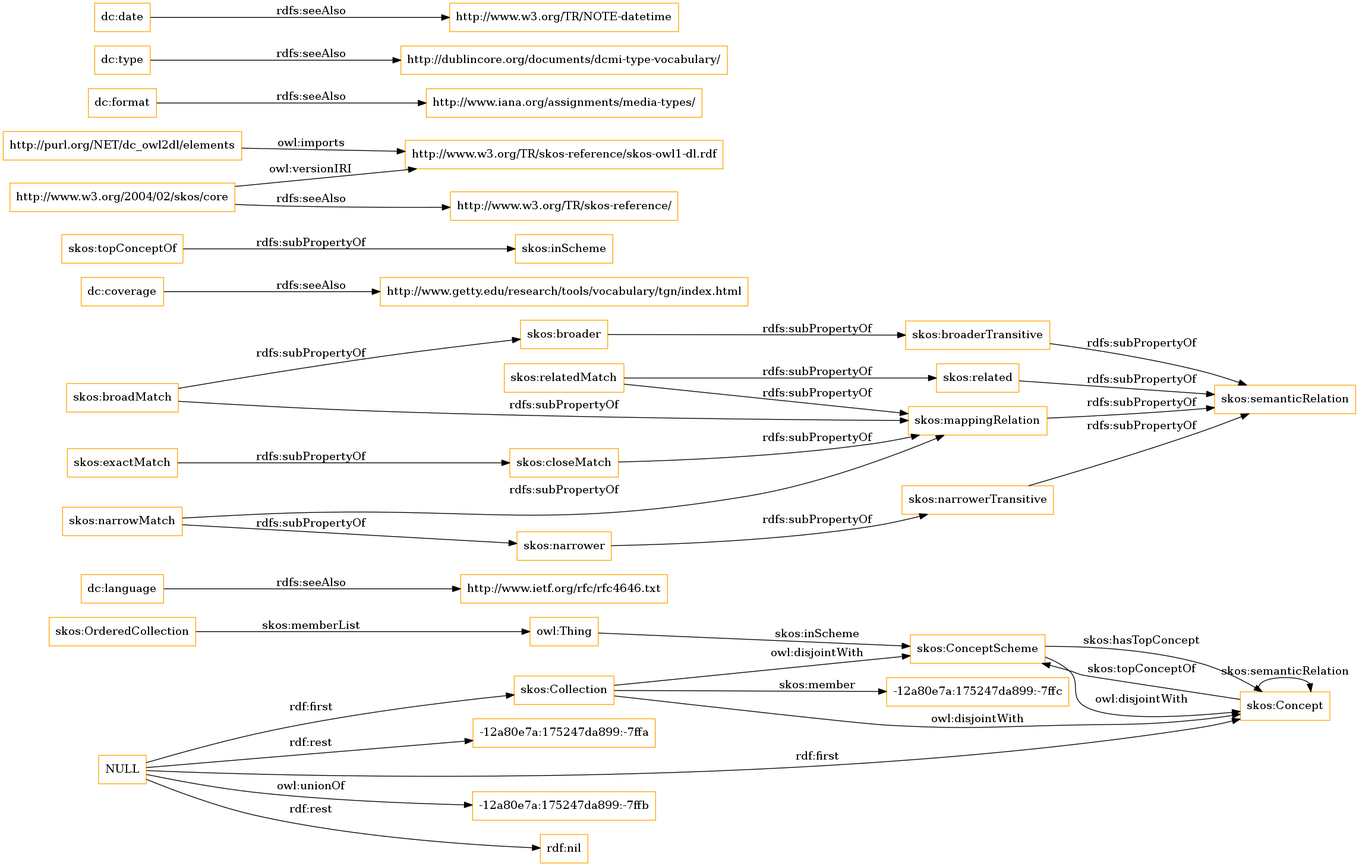
Earlier version of the Graphviz export OnToology/imports/elements.owl/diagrams/ar2dtool-class/elements.owl.png (OnToologyUser/core-ontology-1). Its source is kept beside it as OnToology/imports/elements.owl/diagrams/ar2dtool-class/elements.owl.png.dot. The source it was exported from:
```dot
digraph ar2dtool_diagram {
rankdir=LR;
size="1501"
node [shape = rectangle, color="orange"]; "-12a80e7a:175247da899:-7ffc" "skos:OrderedCollection" "skos:Collection" "skos:ConceptScheme" "skos:Concept" ; /*classes style*/
	"dc:language" -> "http://www.ietf.org/rfc/rfc4646.txt" [ label = "rdfs:seeAlso" ];
	"NULL" -> "-12a80e7a:175247da899:-7ffb" [ label = "owl:unionOf" ];
	"NULL" -> "rdf:nil" [ label = "rdf:rest" ];
	"NULL" -> "skos:Collection" [ label = "rdf:first" ];
	"NULL" -> "-12a80e7a:175247da899:-7ffa" [ label = "rdf:rest" ];
	"NULL" -> "skos:Concept" [ label = "rdf:first" ];
	"skos:closeMatch" -> "skos:mappingRelation" [ label = "rdfs:subPropertyOf" ];
	"dc:coverage" -> "http://www.getty.edu/research/tools/vocabulary/tgn/index.html" [ label = "rdfs:seeAlso" ];
	"skos:relatedMatch" -> "skos:related" [ label = "rdfs:subPropertyOf" ];
	"skos:relatedMatch" -> "skos:mappingRelation" [ label = "rdfs:subPropertyOf" ];
	"skos:ConceptScheme" -> "skos:Concept" [ label = "owl:disjointWith" ];
	"skos:related" -> "skos:semanticRelation" [ label = "rdfs:subPropertyOf" ];
	"skos:topConceptOf" -> "skos:inScheme" [ label = "rdfs:subPropertyOf" ];
	"skos:broadMatch" -> "skos:broader" [ label = "rdfs:subPropertyOf" ];
	"skos:broadMatch" -> "skos:mappingRelation" [ label = "rdfs:subPropertyOf" ];
	"http://purl.org/NET/dc_owl2dl/elements" -> "http://www.w3.org/TR/skos-reference/skos-owl1-dl.rdf" [ label = "owl:imports" ];
	"skos:exactMatch" -> "skos:closeMatch" [ label = "rdfs:subPropertyOf" ];
	"dc:format" -> "http://www.iana.org/assignments/media-types/" [ label = "rdfs:seeAlso" ];
	"skos:broaderTransitive" -> "skos:semanticRelation" [ label = "rdfs:subPropertyOf" ];
	"dc:type" -> "http://dublincore.org/documents/dcmi-type-vocabulary/" [ label = "rdfs:seeAlso" ];
	"skos:broader" -> "skos:broaderTransitive" [ label = "rdfs:subPropertyOf" ];
	"skos:mappingRelation" -> "skos:semanticRelation" [ label = "rdfs:subPropertyOf" ];
	"http://www.w3.org/2004/02/skos/core" -> "http://www.w3.org/TR/skos-reference/skos-owl1-dl.rdf" [ label = "owl:versionIRI" ];
	"http://www.w3.org/2004/02/skos/core" -> "http://www.w3.org/TR/skos-reference/" [ label = "rdfs:seeAlso" ];
	"skos:Collection" -> "skos:ConceptScheme" [ label = "owl:disjointWith" ];
	"skos:Collection" -> "skos:Concept" [ label = "owl:disjointWith" ];
	"skos:narrowMatch" -> "skos:narrower" [ label = "rdfs:subPropertyOf" ];
	"skos:narrowMatch" -> "skos:mappingRelation" [ label = "rdfs:subPropertyOf" ];
	"skos:narrower" -> "skos:narrowerTransitive" [ label = "rdfs:subPropertyOf" ];
	"dc:date" -> "http://www.w3.org/TR/NOTE-datetime" [ label = "rdfs:seeAlso" ];
	"skos:narrowerTransitive" -> "skos:semanticRelation" [ label = "rdfs:subPropertyOf" ];
	"skos:OrderedCollection" -> "owl:Thing" [ label = "skos:memberList" ];
	"skos:Concept" -> "skos:ConceptScheme" [ label = "skos:topConceptOf" ];
	"skos:Concept" -> "skos:Concept" [ label = "skos:semanticRelation" ];
	"skos:Collection" -> "-12a80e7a:175247da899:-7ffc" [ label = "skos:member" ];
	"skos:ConceptScheme" -> "skos:Concept" [ label = "skos:hasTopConcept" ];
	"owl:Thing" -> "skos:ConceptScheme" [ label = "skos:inScheme" ];

}
```
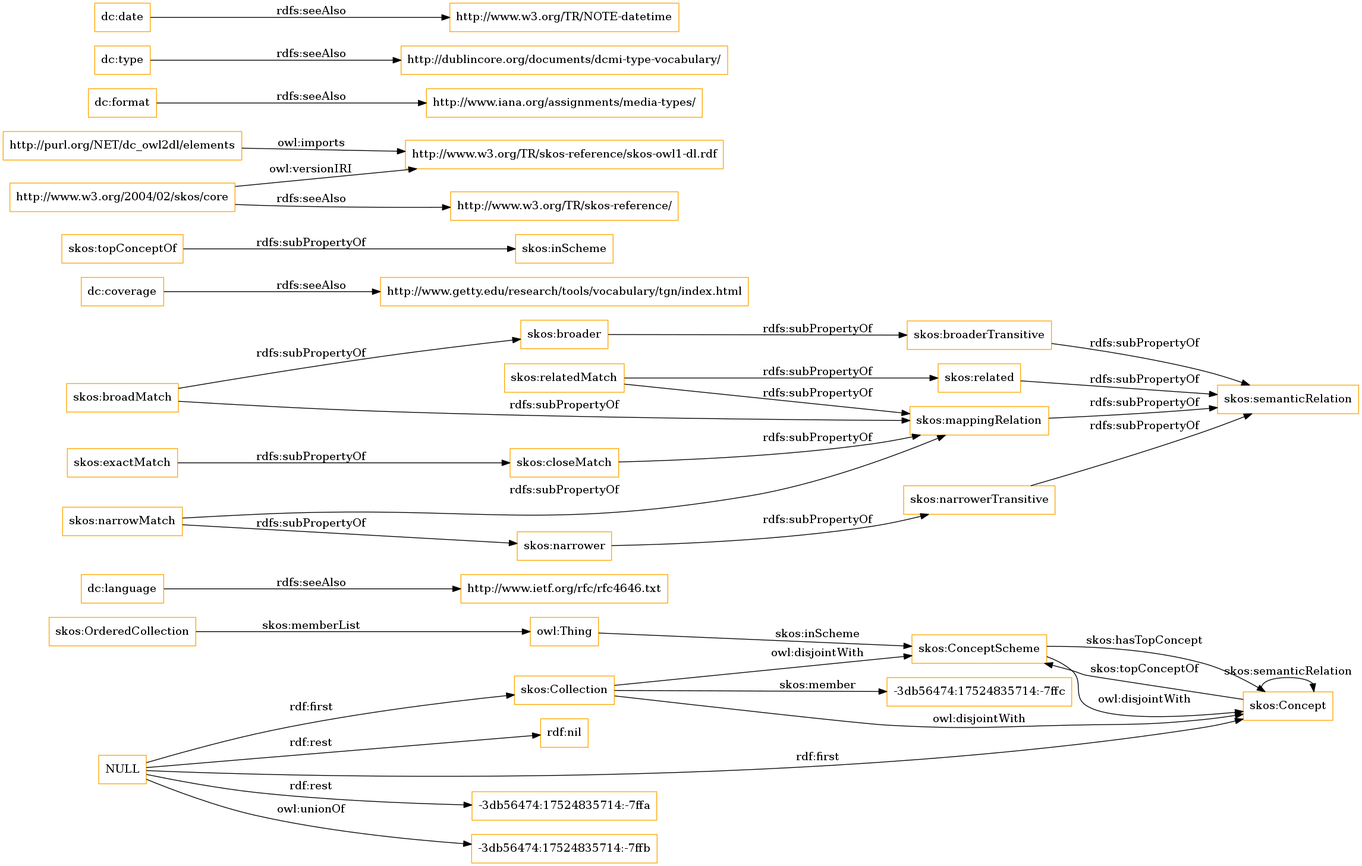
After the commit.

The edit, as a diff of the source:
```diff
@@ -1,13 +1,13 @@
 digraph ar2dtool_diagram {
 rankdir=LR;
 size="1501"
-node [shape = rectangle, color="orange"]; "-12a80e7a:175247da899:-7ffc" "skos:OrderedCollection" "skos:Collection" "skos:ConceptScheme" "skos:Concept" ; /*classes style*/
+node [shape = rectangle, color="orange"]; "-3db56474:17524835714:-7ffc" "skos:OrderedCollection" "skos:Collection" "skos:ConceptScheme" "skos:Concept" ; /*classes style*/
 	"dc:language" -> "http://www.ietf.org/rfc/rfc4646.txt" [ label = "rdfs:seeAlso" ];
-	"NULL" -> "-12a80e7a:175247da899:-7ffb" [ label = "owl:unionOf" ];
+	"NULL" -> "-3db56474:17524835714:-7ffa" [ label = "rdf:rest" ];
+	"NULL" -> "skos:Concept" [ label = "rdf:first" ];
+	"NULL" -> "-3db56474:17524835714:-7ffb" [ label = "owl:unionOf" ];
 	"NULL" -> "rdf:nil" [ label = "rdf:rest" ];
 	"NULL" -> "skos:Collection" [ label = "rdf:first" ];
-	"NULL" -> "-12a80e7a:175247da899:-7ffa" [ label = "rdf:rest" ];
-	"NULL" -> "skos:Concept" [ label = "rdf:first" ];
 	"skos:closeMatch" -> "skos:mappingRelation" [ label = "rdfs:subPropertyOf" ];
 	"dc:coverage" -> "http://www.getty.edu/research/tools/vocabulary/tgn/index.html" [ label = "rdfs:seeAlso" ];
 	"skos:relatedMatch" -> "skos:related" [ label = "rdfs:subPropertyOf" ];
@@ -36,7 +36,7 @@
 	"skos:OrderedCollection" -> "owl:Thing" [ label = "skos:memberList" ];
 	"skos:Concept" -> "skos:ConceptScheme" [ label = "skos:topConceptOf" ];
 	"skos:Concept" -> "skos:Concept" [ label = "skos:semanticRelation" ];
-	"skos:Collection" -> "-12a80e7a:175247da899:-7ffc" [ label = "skos:member" ];
+	"skos:Collection" -> "-3db56474:17524835714:-7ffc" [ label = "skos:member" ];
 	"skos:ConceptScheme" -> "skos:Concept" [ label = "skos:hasTopConcept" ];
 	"owl:Thing" -> "skos:ConceptScheme" [ label = "skos:inScheme" ];
 
```
